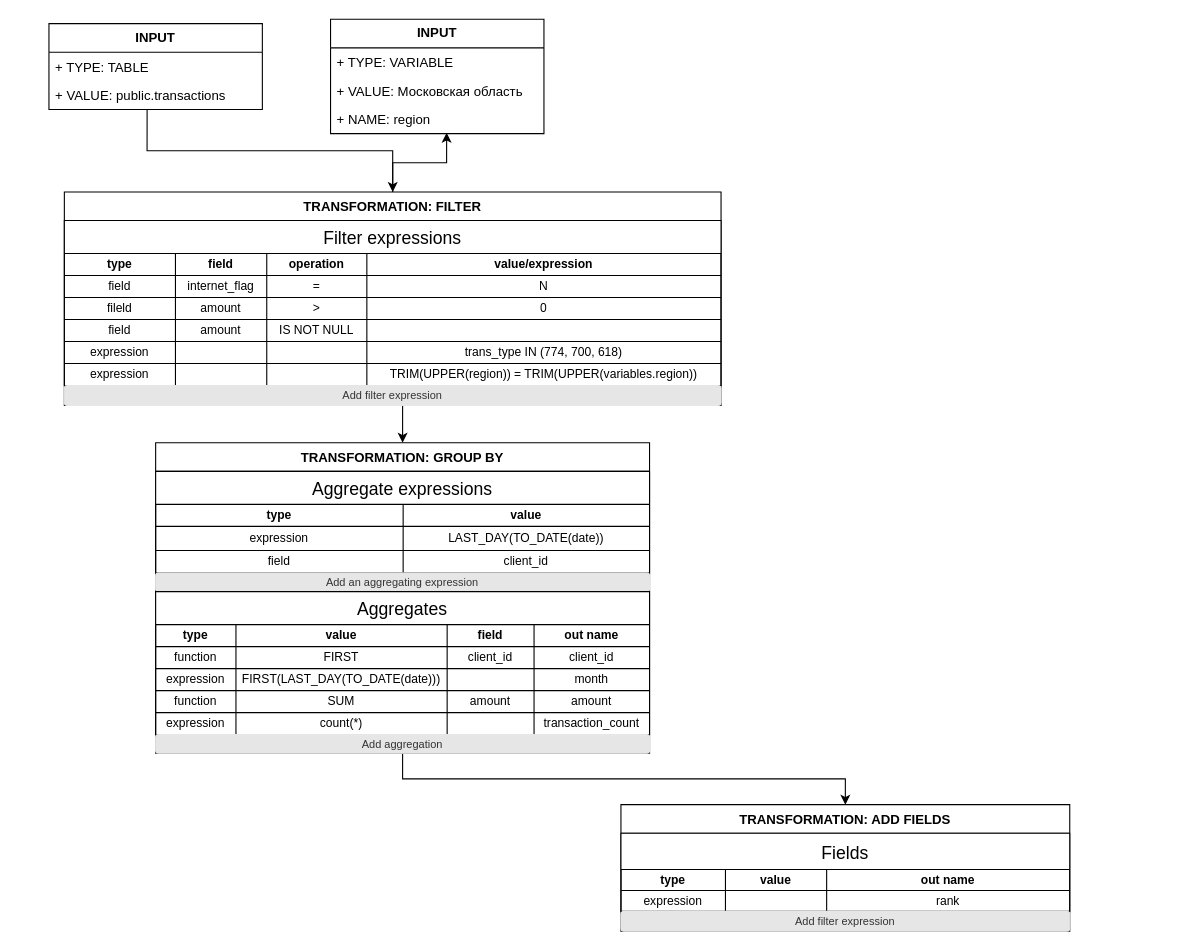
The draw.io diagram Диаграмма без названия.drawio in GreWolf/drawio, before the edit. Source tidied: cells renumbered, new cells numbered last; positions are measured from the earlier drawing's top-left corner, leaving out a move shared by most shapes. Both pictures are drawn from the tidied source at 110%, with x=0, y=0 at pixel (48, 19).
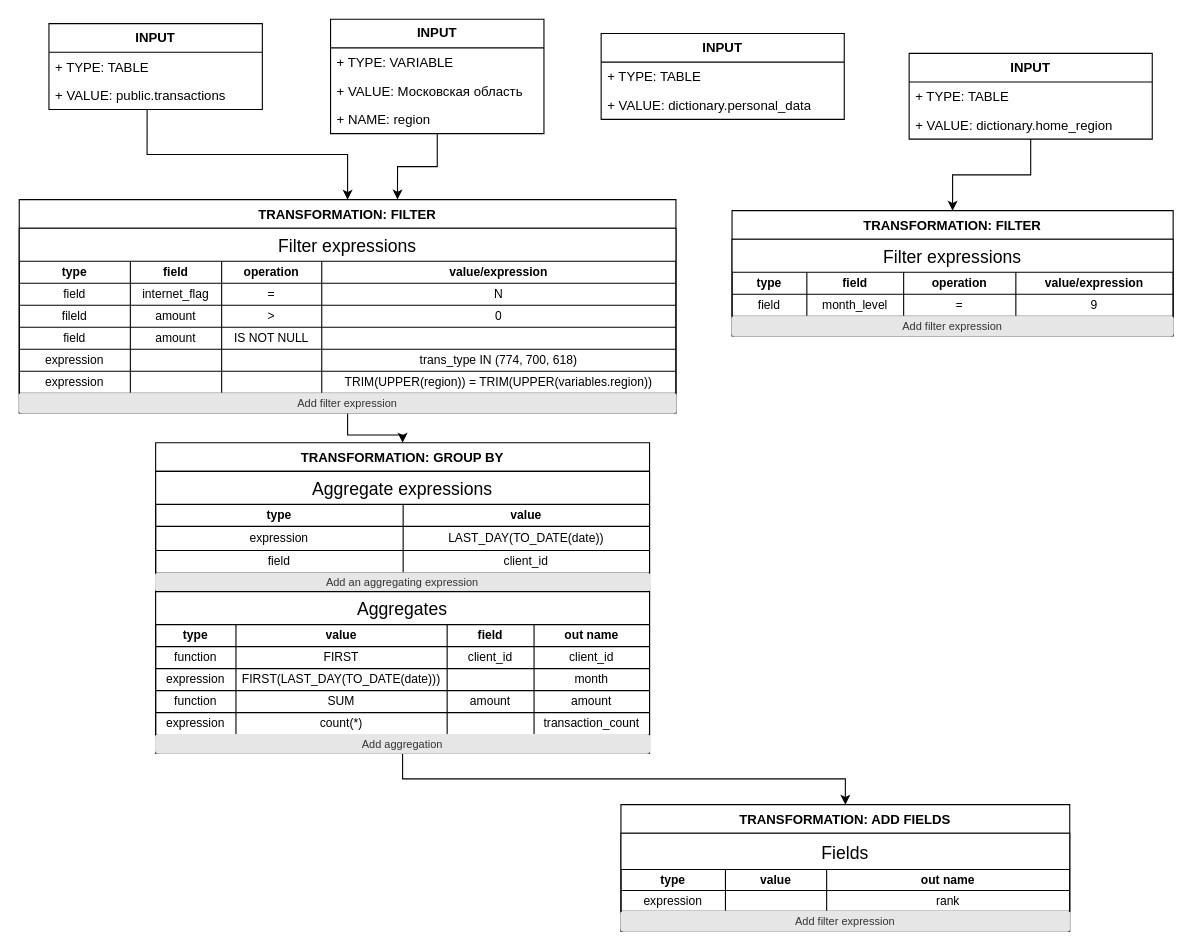
The same page after the edit.

The change refers to these unchanged cells:
```xml
<mxCell id="91" value="&lt;span style=&quot;font-weight: 700;&quot;&gt;INPUT&lt;/span&gt;" style="swimlane;fontStyle=0;horizontal=1;startSize=26;fillColor=none;whiteSpace=wrap;html=1;" parent="1" vertex="1">
  <mxGeometry x="256" width="194" height="104" as="geometry" />
</mxCell>
<mxCell id="94" value="+ NAME: region" style="text;strokeColor=none;fillColor=none;align=left;verticalAlign=top;spacingLeft=4;spacingRight=4;overflow=hidden;points=[[0,0.5],[1,0.5]];portConstraint=eastwest;whiteSpace=wrap;html=1;" parent="91" vertex="1">
  <mxGeometry y="78" width="194" height="26" as="geometry" />
</mxCell>
```

The edit, as a diff of the source:
```diff
@@
     <mxCell id="47" value="&lt;div style=&quot;text-align: left;&quot;&gt;&lt;span style=&quot;background-color: initial;&quot;&gt;TRANSFORMATION: FILTER&lt;/span&gt;&lt;/div&gt;" style="swimlane;fontStyle=1;align=center;verticalAlign=top;horizontal=1;startSize=26;whiteSpace=wrap;html=1;flipV=0;flipH=1;" parent="1" vertex="1">
-      <mxGeometry x="14" y="157" width="597" height="194" as="geometry" />
+      <mxGeometry x="-27" y="164" width="597" height="194" as="geometry" />
     </mxCell>
@@
+    <mxCell id="96" style="edgeStyle=orthogonalEdgeStyle;rounded=0;jettySize=auto;html=1;entryX=0.424;entryY=-0.001;entryDx=0;entryDy=0;entryPerimeter=0;" parent="1" edge="1" source="91" target="47">
+      <mxGeometry relative="1" as="geometry" />
+    </mxCell>
@@
-    <mxCell id="95" style="edgeStyle=orthogonalEdgeStyle;rounded=0;jettySize=auto;html=1;entryX=0.544;entryY=0.971;entryDx=0;entryDy=0;entryPerimeter=0;" parent="1" edge="1" source="47" target="94">
-      <mxGeometry relative="1" as="geometry" />
-    </mxCell>
+    <mxCell id="97" value="&lt;span style=&quot;font-weight: 700;&quot;&gt;INPUT&lt;/span&gt;" style="swimlane;fontStyle=0;horizontal=1;startSize=26;fillColor=none;whiteSpace=wrap;html=1;" parent="1" vertex="1">
+      <mxGeometry x="502" y="13" width="221" height="78" as="geometry" />
+    </mxCell>
+    <mxCell id="98" value="+ TYPE: TABLE" style="text;strokeColor=none;fillColor=none;align=left;verticalAlign=top;spacingLeft=4;spacingRight=4;overflow=hidden;whiteSpace=wrap;html=1;" parent="97" vertex="1">
+      <mxGeometry y="26" width="221" height="26" as="geometry" />
+    </mxCell>
+    <mxCell id="99" value="+ VALUE: dictionary.personal_data" style="text;strokeColor=none;fillColor=none;align=left;verticalAlign=top;spacingLeft=4;spacingRight=4;overflow=hidden;whiteSpace=wrap;html=1;" parent="97" vertex="1">
+      <mxGeometry y="52" width="221" height="26" as="geometry" />
+    </mxCell>
+    <mxCell id="100" style="edgeStyle=orthogonalEdgeStyle;rounded=0;jettySize=auto;html=1;entryX=0.5;entryY=0;entryDx=0;entryDy=0;" parent="1" edge="1" source="101" target="104">
+      <mxGeometry relative="1" as="geometry" />
+    </mxCell>
+    <mxCell id="101" value="&lt;span style=&quot;font-weight: 700;&quot;&gt;INPUT&lt;/span&gt;" style="swimlane;fontStyle=0;horizontal=1;startSize=26;fillColor=none;whiteSpace=wrap;html=1;" parent="1" vertex="1">
+      <mxGeometry x="782" y="31" width="221" height="78" as="geometry" />
+    </mxCell>
+    <mxCell id="102" value="+ TYPE: TABLE" style="text;strokeColor=none;fillColor=none;align=left;verticalAlign=top;spacingLeft=4;spacingRight=4;overflow=hidden;whiteSpace=wrap;html=1;" parent="101" vertex="1">
+      <mxGeometry y="26" width="221" height="26" as="geometry" />
+    </mxCell>
+    <mxCell id="103" value="+ VALUE: dictionary.home_region" style="text;strokeColor=none;fillColor=none;align=left;verticalAlign=top;spacingLeft=4;spacingRight=4;overflow=hidden;whiteSpace=wrap;html=1;" parent="101" vertex="1">
+      <mxGeometry y="52" width="221" height="26" as="geometry" />
+    </mxCell>
+    <mxCell id="104" value="&lt;div style=&quot;text-align: left;&quot;&gt;&lt;span style=&quot;background-color: initial;&quot;&gt;TRANSFORMATION: FILTER&lt;/span&gt;&lt;/div&gt;" style="swimlane;fontStyle=1;align=center;verticalAlign=top;horizontal=1;startSize=26;whiteSpace=wrap;html=1;flipV=0;flipH=1;" parent="1" vertex="1">
+      <mxGeometry x="621" y="174" width="401" height="114" as="geometry" />
+    </mxCell>
+    <mxCell id="105" value="Filter expressions" style="shape=table;startSize=30;childLayout=tableLayout;strokeColor=default;fontSize=16;enumerate=0;comic=0;swimlaneFillColor=none;" parent="104" vertex="1">
+      <mxGeometry y="26" width="401" height="70" as="geometry" />
+    </mxCell>
+    <mxCell id="106" style="shape=tableRow;horizontal=0;startSize=0;swimlaneHead=0;swimlaneBody=0;strokeColor=inherit;top=0;left=0;bottom=0;right=0;fillColor=none;fontSize=16;enumerate=0;comic=0;swimlaneFillColor=none;" parent="105" vertex="1">
+      <mxGeometry y="30" width="401" height="20" as="geometry" />
+    </mxCell>
+    <mxCell id="107" value="&lt;span style=&quot;font-weight: 700; font-size: 11px;&quot;&gt;type&lt;/span&gt;" style="shape=partialRectangle;html=1;whiteSpace=wrap;strokeColor=inherit;overflow=hidden;fillColor=none;top=0;left=0;bottom=0;right=0;fontSize=11;enumerate=0;comic=0;swimlaneFillColor=none;" parent="106" vertex="1">
+      <mxGeometry width="68" height="20" as="geometry" />
+    </mxCell>
+    <mxCell id="108" value="&lt;b&gt;field&lt;/b&gt;" style="shape=partialRectangle;html=1;whiteSpace=wrap;strokeColor=inherit;overflow=hidden;fillColor=none;top=0;left=0;bottom=0;right=0;fontSize=11;enumerate=0;comic=0;swimlaneFillColor=none;" parent="106" vertex="1">
+      <mxGeometry x="68" width="88" height="20" as="geometry" />
+    </mxCell>
+    <mxCell id="109" value="&lt;b&gt;operation&lt;/b&gt;" style="shape=partialRectangle;html=1;whiteSpace=wrap;strokeColor=inherit;overflow=hidden;fillColor=none;top=0;left=0;bottom=0;right=0;fontSize=11;enumerate=0;comic=0;swimlaneFillColor=none;" parent="106" vertex="1">
+      <mxGeometry x="156" width="102" height="20" as="geometry" />
+    </mxCell>
+    <mxCell id="110" value="&lt;span style=&quot;font-size: 11px;&quot;&gt;&lt;b&gt;value/expression&lt;/b&gt;&lt;/span&gt;" style="shape=partialRectangle;html=1;whiteSpace=wrap;strokeColor=inherit;overflow=hidden;fillColor=none;top=0;left=0;bottom=0;right=0;fontSize=11;enumerate=0;comic=0;swimlaneFillColor=none;" parent="106" vertex="1">
+      <mxGeometry x="258" width="143" height="20" as="geometry" />
+    </mxCell>
+    <mxCell id="111" style="shape=tableRow;horizontal=0;startSize=0;swimlaneHead=0;swimlaneBody=0;strokeColor=inherit;top=0;left=0;bottom=0;right=0;fillColor=none;fontSize=16;enumerate=0;comic=0;swimlaneFillColor=none;" parent="105" vertex="1">
+      <mxGeometry y="50" width="401" height="20" as="geometry" />
+    </mxCell>
+    <mxCell id="112" value="&lt;span style=&quot;font-size: 11px;&quot;&gt;field&lt;/span&gt;" style="shape=partialRectangle;html=1;whiteSpace=wrap;strokeColor=inherit;overflow=hidden;fillColor=none;top=0;left=0;bottom=0;right=0;fontSize=11;enumerate=0;comic=0;swimlaneFillColor=none;" parent="111" vertex="1">
+      <mxGeometry width="68" height="20" as="geometry" />
+    </mxCell>
+    <mxCell id="113" value="month_level" style="shape=partialRectangle;html=1;whiteSpace=wrap;strokeColor=inherit;overflow=hidden;fillColor=none;top=0;left=0;bottom=0;right=0;fontSize=11;enumerate=0;comic=0;swimlaneFillColor=none;" parent="111" vertex="1">
+      <mxGeometry x="68" width="88" height="20" as="geometry" />
+    </mxCell>
+    <mxCell id="114" value="=" style="shape=partialRectangle;html=1;whiteSpace=wrap;strokeColor=inherit;overflow=hidden;fillColor=none;top=0;left=0;bottom=0;right=0;fontSize=11;enumerate=0;comic=0;swimlaneFillColor=none;" parent="111" vertex="1">
+      <mxGeometry x="156" width="102" height="20" as="geometry" />
+    </mxCell>
+    <mxCell id="115" value="&lt;span style=&quot;font-size: 11px;&quot;&gt;9&lt;/span&gt;" style="shape=partialRectangle;html=1;whiteSpace=wrap;strokeColor=inherit;overflow=hidden;fillColor=none;top=0;left=0;bottom=0;right=0;fontSize=11;enumerate=0;comic=0;swimlaneFillColor=none;" parent="111" vertex="1">
+      <mxGeometry x="258" width="143" height="20" as="geometry" />
+    </mxCell>
+    <mxCell id="116" value="&lt;span style=&quot;white-space-collapse: preserve;&quot; class=&quot;EzKURWReUAB5oZgtQNkl&quot;&gt;Add&lt;/span&gt;&lt;span style=&quot;white-space-collapse: preserve;&quot;&gt; filter expression&lt;/span&gt;" style="rounded=1;html=1;shadow=0;dashed=0;whiteSpace=wrap;fontSize=10;fillColor=#E6E6E6;align=center;strokeColor=#E6E6E6;fontColor=#333333;flipH=0;flipV=0;" parent="104" vertex="1">
+      <mxGeometry y="96" width="401" height="18" as="geometry" />
+    </mxCell>
```
